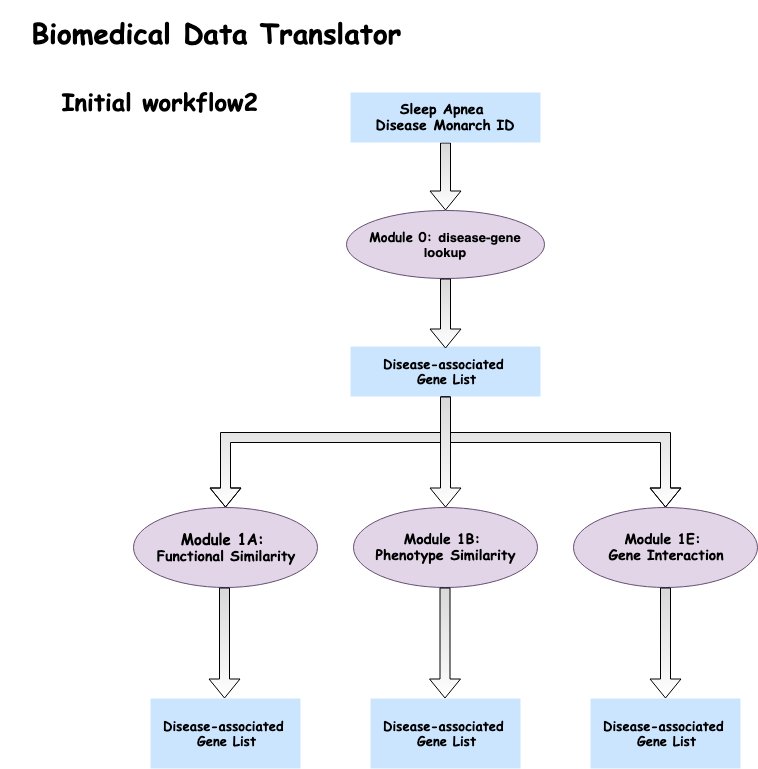
imxiaow/SleepApnea-Presentation keeps this draw.io diagram as workflow2_diagram.png. Above is the earlier version. Source tidied: cells renumbered, new cells last; positions are measured from the earlier drawing's top-left corner, leaving out a move shared by most shapes.
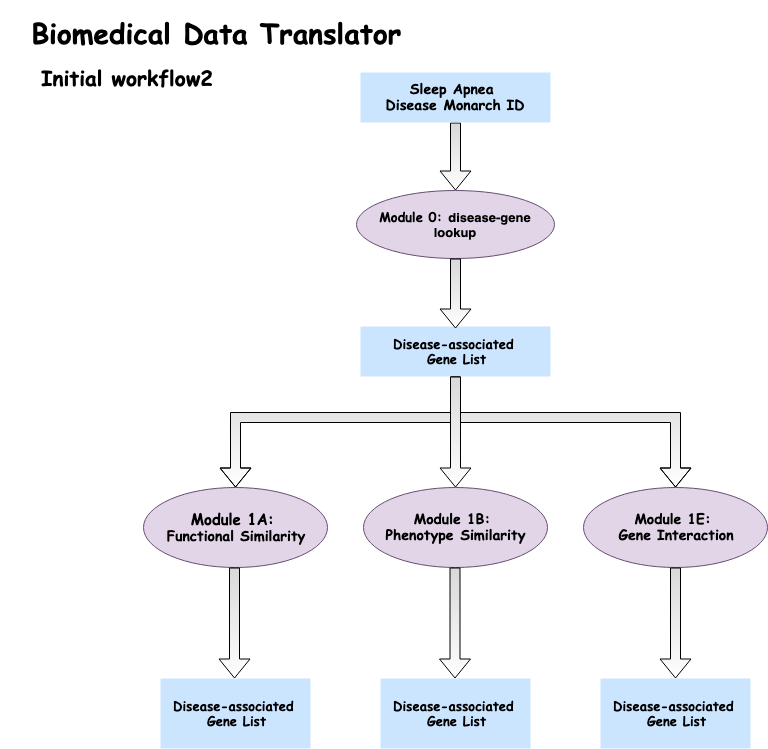
Above is the later version.

The edit, as a diff of the source:
```diff
@@ -2,8 +2,8 @@
   <root>
     <mxCell id="0" />
     <mxCell id="1" parent="0" />
-    <mxCell id="2" value="&lt;h1&gt;&lt;b&gt;&lt;font face=&quot;Comic Sans MS&quot;&gt;Initial workflow2&amp;nbsp;&lt;/font&gt;&lt;/b&gt;&lt;/h1&gt;" style="text;html=1;strokeColor=none;fillColor=none;align=center;verticalAlign=middle;whiteSpace=wrap;rounded=0;" parent="1" vertex="1">
-      <mxGeometry x="30" y="70" width="270" height="30" as="geometry" />
+    <mxCell id="2" value="&lt;h2 style=&quot;text-align: left&quot;&gt;&lt;font face=&quot;Comic Sans MS&quot; style=&quot;font-size: 21px&quot;&gt;Initial workflow2&amp;nbsp;&lt;/font&gt;&lt;/h2&gt;" style="text;html=1;strokeColor=none;fillColor=none;align=center;verticalAlign=middle;whiteSpace=wrap;rounded=0;" parent="1" vertex="1">
+      <mxGeometry x="20" y="60" width="200" height="40" as="geometry" />
     </mxCell>
     <mxCell id="3" style="edgeStyle=orthogonalEdgeStyle;rounded=0;jettySize=auto;html=1;shape=flexArrow;fillColor=#D9D9D9;gradientColor=#ffffff;entryX=0.5;entryY=0;entryDx=0;entryDy=0;" parent="1" edge="1" source="4" target="6">
       <mxGeometry relative="1" as="geometry" />
@@ -83,7 +83,7 @@
       </mxGeometry>
     </mxCell>
     <mxCell id="20" value="&lt;h1&gt;&lt;b&gt;&lt;font face=&quot;Comic Sans MS&quot; style=&quot;font-size: 28px&quot;&gt;Biomedical Data Translator&amp;nbsp;&lt;/font&gt;&lt;/b&gt;&lt;/h1&gt;" style="text;html=1;strokeColor=none;fillColor=none;align=center;verticalAlign=middle;whiteSpace=wrap;rounded=0;" parent="1" vertex="1">
-      <mxGeometry width="445" height="30" as="geometry" />
+      <mxGeometry x="-10" y="20" width="445" height="30" as="geometry" />
     </mxCell>
   </root>
 </mxGraphModel>
```
